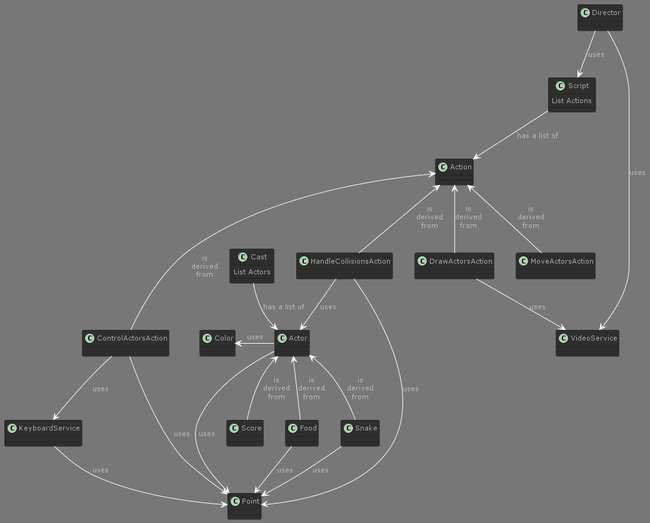
Before: out/cycle/modelo/Modelo Cycle.png, a diagram exported from PlantUML (AmericoKutomi/cse210-05). Its diagram source:
```plantuml
@startuml Modelo Cycle
!define DARKBLUE
!includeurl https://raw.githubusercontent.com/Drakemor/RedDress-PlantUML/master/style.puml

    class Cast {
        List Actors
    }

    Cast --> Actor : has a list of

    class Actor {}

    class Food {}

    class Score {}

    class Snake {}

    Actor <-- Score: is\nderived\nfrom
    Actor <-- Food : is\nderived\nfrom
    Actor <-- Snake: is\nderived\nfrom

    class Director {}

    class Script {
        List Actions
    }

    class Action {}

    Script --> Action : has a list of

    class ControlActorsAction {}
    class DrawActorsAction {}
    class HandleCollisionsAction {}
    class MoveActorsAction {}

    Action <-- ControlActorsAction: is\nderived\nfrom
    Action <-- DrawActorsAction: is\nderived\nfrom
    Action <-- HandleCollisionsAction: is\nderived\nfrom
    Action <-- MoveActorsAction: is\nderived\nfrom

    class KeyboardService {}
    class VideoService {}
    class Color {}
    class Point {}

    Actor --left--> Color: uses
    Actor --> Point: uses
    Food --> Point: uses
    Snake --> Point: uses
    ControlActorsAction --> Point: uses
    HandleCollisionsAction --> Point: uses
    HandleCollisionsAction --> Actor: uses
    KeyboardService --> Point: uses
    DrawActorsAction --> VideoService: uses
    Director --> Script: uses
    Director --> VideoService: uses
    ControlActorsAction --> KeyboardService: uses

@enduml
```
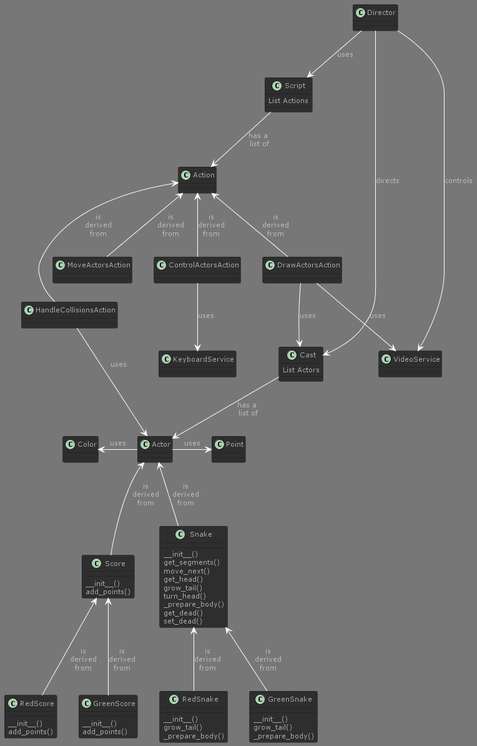
After the commit.

The edit, as a diff of the source:
```diff
@@ -6,21 +6,34 @@
         List Actors
     }
 
-    Cast --> Actor : has a list of
+    Cast --> Actor : has a \nlist of
 
     class Actor {}
 
-    class Food {}
+    class Score {
+        __init__()
+        add_points()
+    }
 
-    class Score {}
-
-    class Snake {}
+    class Snake {
+        __init__()
+        get_segments()
+        move_next()
+        get_head()
+        grow_tail()
+        turn_head()
+        _prepare_body()
+        get_dead()
+        set_dead()
+    }
 
     Actor <-- Score: is\nderived\nfrom
-    Actor <-- Food : is\nderived\nfrom
     Actor <-- Snake: is\nderived\nfrom
 
     class Director {}
+
+    Actor --right--> Point: uses
+    Actor --left--> Color: uses
 
     class Script {
         List Actions
@@ -28,7 +41,7 @@
 
     class Action {}
 
-    Script --> Action : has a list of
+    Script --> Action : has a \nlist of
 
     class ControlActorsAction {}
     class DrawActorsAction {}
@@ -42,20 +55,44 @@
 
     class KeyboardService {}
     class VideoService {}
-    class Color {}
-    class Point {}
 
-    Actor --left--> Color: uses
-    Actor --> Point: uses
-    Food --> Point: uses
-    Snake --> Point: uses
-    ControlActorsAction --> Point: uses
-    HandleCollisionsAction --> Point: uses
     HandleCollisionsAction --> Actor: uses
-    KeyboardService --> Point: uses
+
     DrawActorsAction --> VideoService: uses
+
+
+    DrawActorsAction --> Cast: uses
     Director --> Script: uses
-    Director --> VideoService: uses
+    Director --> VideoService: controls
+    Director --> Cast: directs
     ControlActorsAction --> KeyboardService: uses
 
+    class RedSnake {
+        __init__()
+        grow_tail()
+        _prepare_body()
+    }
+
+    class GreenSnake {
+        __init__()
+        grow_tail()
+        _prepare_body()
+    }
+
+    Snake <-- RedSnake: is\nderived\nfrom
+    Snake <-- GreenSnake: is\nderived\nfrom
+
+    class RedScore {
+        __init__()
+        add_points()
+        }
+
+    class GreenScore {
+        __init__()
+        add_points()
+    }
+
+    Score <-- RedScore: is\nderived\nfrom
+    Score <-- GreenScore: is\nderived\nfrom
+
 @enduml
```
